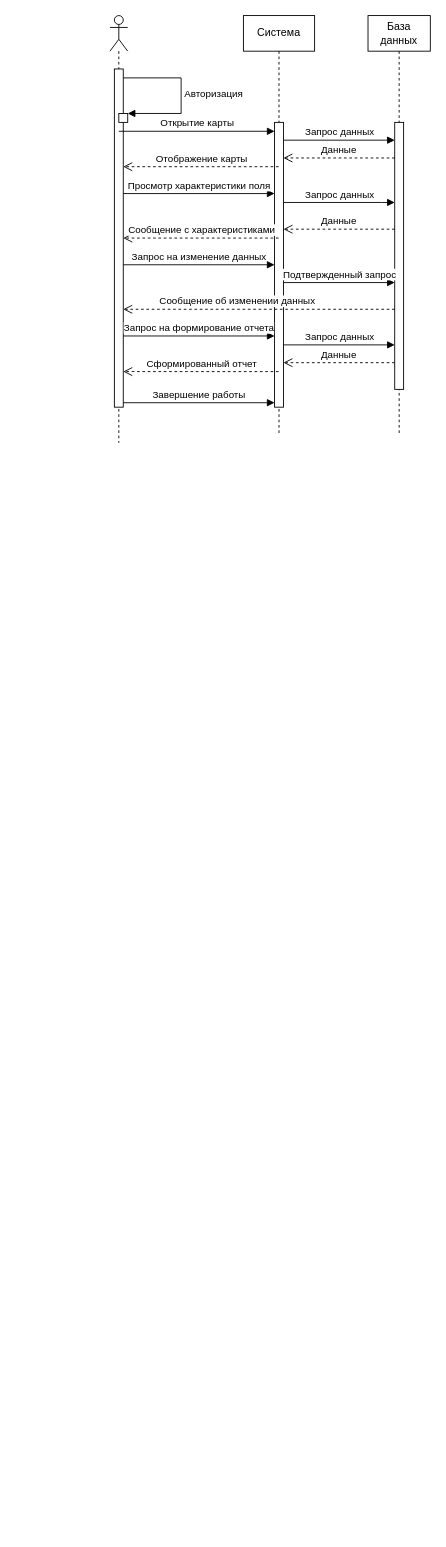
Sizopu/testcase keeps this draw.io diagram as Диаграмма без названия.drawio. Above is the earlier version. Source tidied: cells renumbered, new cells numbered last; positions are measured from the earlier drawing's top-left corner, leaving out a move shared by most shapes. Both pictures are drawn from the tidied source at 89%, with x=0, y=0 at pixel (109, 15).
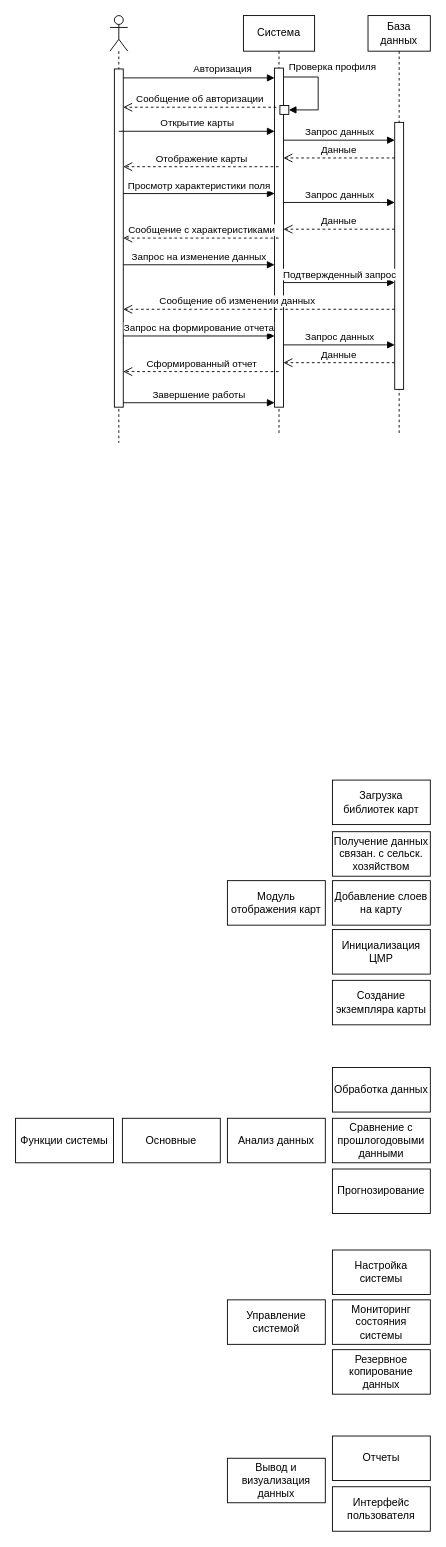
Above is the later version.

Unchanged cells that the change refers to:
```xml
<mxCell id="2" style="shape=umlLifeline;perimeter=lifelinePerimeter;whiteSpace=wrap;html=1;newEdgeStyle={&quot;curved&quot;:0,&quot;rounded&quot;:0};participant=umlActor;size=40;" parent="1" vertex="1">
  <mxGeometry width="20" height="480" as="geometry" />
</mxCell>
<mxCell id="3" style="html=1;points=[[0,0,0,0,5],[0,1,0,0,-5],[1,0,0,0,5],[1,1,0,0,-5]];perimeter=orthogonalPerimeter;outlineConnect=0;targetShapes=umlLifeline;portConstraint=eastwest;newEdgeStyle={&quot;curved&quot;:0,&quot;rounded&quot;:0};" parent="2" vertex="1">
  <mxGeometry x="5" y="60" width="10" height="380" as="geometry" />
</mxCell>
<mxCell id="8" value="Система" style="shape=umlLifeline;perimeter=lifelinePerimeter;whiteSpace=wrap;html=1;outlineConnect=0;portConstraint=eastwest;newEdgeStyle={&quot;curved&quot;:0,&quot;rounded&quot;:0};" parent="1" vertex="1">
  <mxGeometry x="150" width="80" height="470" as="geometry" />
</mxCell>
```

Change to the diagram source:
```diff
@@
-    <mxCell id="4" value="Авторизация" style="html=1;align=left;spacingLeft=2;endArrow=block;rounded=0;edgeStyle=orthogonalEdgeStyle;curved=0;rounded=0;" parent="2" edge="1" source="3" target="5">
-      <mxGeometry relative="1" as="geometry">
-        <Array as="points">
-          <mxPoint x="80" y="70" />
-          <mxPoint x="80" y="110" />
-        </Array>
-      </mxGeometry>
-    </mxCell>
-    <mxCell id="5" style="html=1;points=[[0,0,0,0,5],[0,1,0,0,-5],[1,0,0,0,5],[1,1,0,0,-5]];perimeter=orthogonalPerimeter;outlineConnect=0;targetShapes=umlLifeline;portConstraint=eastwest;newEdgeStyle={&quot;curved&quot;:0,&quot;rounded&quot;:0};" parent="2" vertex="1">
-      <mxGeometry x="10" y="110" width="10" height="10" as="geometry" />
-    </mxCell>
@@
     <mxCell id="9" style="html=1;points=[[0,0,0,0,5],[0,1,0,0,-5],[1,0,0,0,5],[1,1,0,0,-5]];perimeter=orthogonalPerimeter;outlineConnect=0;targetShapes=umlLifeline;portConstraint=eastwest;newEdgeStyle={&quot;curved&quot;:0,&quot;rounded&quot;:0};" parent="8" vertex="1">
-      <mxGeometry x="35" y="120" width="10" height="320" as="geometry" />
+      <mxGeometry x="35" y="59" width="10" height="381" as="geometry" />
     </mxCell>
+    <mxCell id="5" style="html=1;points=[[0,0,0,0,5],[0,1,0,0,-5],[1,0,0,0,5],[1,1,0,0,-5]];perimeter=orthogonalPerimeter;outlineConnect=0;targetShapes=umlLifeline;portConstraint=eastwest;newEdgeStyle={&quot;curved&quot;:0,&quot;rounded&quot;:0};" parent="8" vertex="1">
+      <mxGeometry x="41" y="101" width="10" height="10" as="geometry" />
+    </mxCell>
@@
+    <mxCell id="4" value="Авторизация" style="html=1;align=left;spacingLeft=2;endArrow=block;rounded=0;edgeStyle=orthogonalEdgeStyle;curved=0;rounded=0;" parent="1" edge="1" source="3">
+      <mxGeometry x="-0.12" y="10" relative="1" as="geometry">
+        <mxPoint x="185" y="70" as="targetPoint" />
+        <Array as="points">
+          <mxPoint x="142" y="70" />
+          <mxPoint x="142" y="70" />
+        </Array>
+      </mxGeometry>
+    </mxCell>
+    <mxCell id="26" value="Проверка профиля" style="html=1;verticalAlign=bottom;endArrow=block;curved=0;rounded=0;entryX=1;entryY=0;entryDx=0;entryDy=5;entryPerimeter=0;" parent="1" edge="1" target="5">
+      <mxGeometry x="-0.28" y="16" relative="1" as="geometry">
+        <mxPoint x="195" y="69" as="sourcePoint" />
+        <Array as="points">
+          <mxPoint x="234" y="69" />
+          <mxPoint x="234" y="106" />
+        </Array>
+        <mxPoint y="-2" as="offset" />
+      </mxGeometry>
+    </mxCell>
+    <mxCell id="27" value="Сообщение об авторизации" style="html=1;verticalAlign=bottom;endArrow=open;dashed=1;endSize=8;curved=0;rounded=0;" parent="1" edge="1" target="3">
+      <mxGeometry relative="1" as="geometry">
+        <mxPoint x="187" y="103" as="sourcePoint" />
+        <Array as="points">
+          <mxPoint x="128" y="103" />
+          <mxPoint x="58" y="103" />
+        </Array>
+      </mxGeometry>
+    </mxCell>
+    <mxCell id="28" value="Функции системы" style="html=1;whiteSpace=wrap;" parent="1" vertex="1">
+      <mxGeometry x="-106" y="1239" width="110" height="50" as="geometry" />
+    </mxCell>
+    <mxCell id="29" value="Основные" style="html=1;whiteSpace=wrap;" parent="1" vertex="1">
+      <mxGeometry x="14" y="1239" width="110" height="50" as="geometry" />
+    </mxCell>
+    <mxCell id="30" value="Анализ данных" style="html=1;whiteSpace=wrap;" parent="1" vertex="1">
+      <mxGeometry x="132" y="1239" width="110" height="50" as="geometry" />
+    </mxCell>
+    <mxCell id="31" value="Сравнение с прошлогодовыми данными" style="html=1;whiteSpace=wrap;" parent="1" vertex="1">
+      <mxGeometry x="250" y="1239" width="110" height="50" as="geometry" />
+    </mxCell>
+    <mxCell id="32" value="Обработка данных" style="html=1;whiteSpace=wrap;" parent="1" vertex="1">
+      <mxGeometry x="250" y="1182" width="110" height="50" as="geometry" />
+    </mxCell>
+    <mxCell id="33" value="Прогнозирование" style="html=1;whiteSpace=wrap;" parent="1" vertex="1">
+      <mxGeometry x="250" y="1296" width="110" height="50" as="geometry" />
+    </mxCell>
+    <mxCell id="34" value="Создание экземпляра карты" style="html=1;whiteSpace=wrap;" parent="1" vertex="1">
+      <mxGeometry x="250" y="1084" width="110" height="50" as="geometry" />
+    </mxCell>
+    <mxCell id="35" value="Инициализация ЦМР" style="html=1;whiteSpace=wrap;" parent="1" vertex="1">
+      <mxGeometry x="250" y="1027" width="110" height="50" as="geometry" />
+    </mxCell>
+    <mxCell id="36" value="Добавление слоев на карту" style="html=1;whiteSpace=wrap;" parent="1" vertex="1">
+      <mxGeometry x="250" y="972" width="110" height="50" as="geometry" />
+    </mxCell>
+    <mxCell id="37" value="Получение данных связан. с сельск. хозяйством" style="html=1;whiteSpace=wrap;" parent="1" vertex="1">
+      <mxGeometry x="250" y="917" width="110" height="50" as="geometry" />
+    </mxCell>
+    <mxCell id="38" value="Загрузка библиотек карт" style="html=1;whiteSpace=wrap;" parent="1" vertex="1">
+      <mxGeometry x="250" y="859" width="110" height="50" as="geometry" />
+    </mxCell>
+    <mxCell id="39" value="Модуль отображения карт" style="html=1;whiteSpace=wrap;" parent="1" vertex="1">
+      <mxGeometry x="132" y="972" width="110" height="50" as="geometry" />
+    </mxCell>
+    <mxCell id="40" value="Настройка системы" style="html=1;whiteSpace=wrap;" parent="1" vertex="1">
+      <mxGeometry x="250" y="1387" width="110" height="50" as="geometry" />
+    </mxCell>
+    <mxCell id="41" value="Мониторинг состояния системы" style="html=1;whiteSpace=wrap;" parent="1" vertex="1">
+      <mxGeometry x="250" y="1443" width="110" height="50" as="geometry" />
+    </mxCell>
+    <mxCell id="42" value="Резервное копирование данных" style="html=1;whiteSpace=wrap;" parent="1" vertex="1">
+      <mxGeometry x="250" y="1499" width="110" height="50" as="geometry" />
+    </mxCell>
+    <mxCell id="43" value="Управление системой" style="html=1;whiteSpace=wrap;" parent="1" vertex="1">
+      <mxGeometry x="132" y="1443" width="110" height="50" as="geometry" />
+    </mxCell>
+    <mxCell id="44" value="Отчеты" style="html=1;whiteSpace=wrap;" parent="1" vertex="1">
+      <mxGeometry x="250" y="1596" width="110" height="50" as="geometry" />
+    </mxCell>
+    <mxCell id="45" value="Интерфейс пользователя" style="html=1;whiteSpace=wrap;" parent="1" vertex="1">
+      <mxGeometry x="250" y="1653" width="110" height="50" as="geometry" />
+    </mxCell>
+    <mxCell id="46" value="Вывод и визуализация данных" style="html=1;whiteSpace=wrap;" parent="1" vertex="1">
+      <mxGeometry x="132" y="1621" width="110" height="50" as="geometry" />
+    </mxCell>
```
